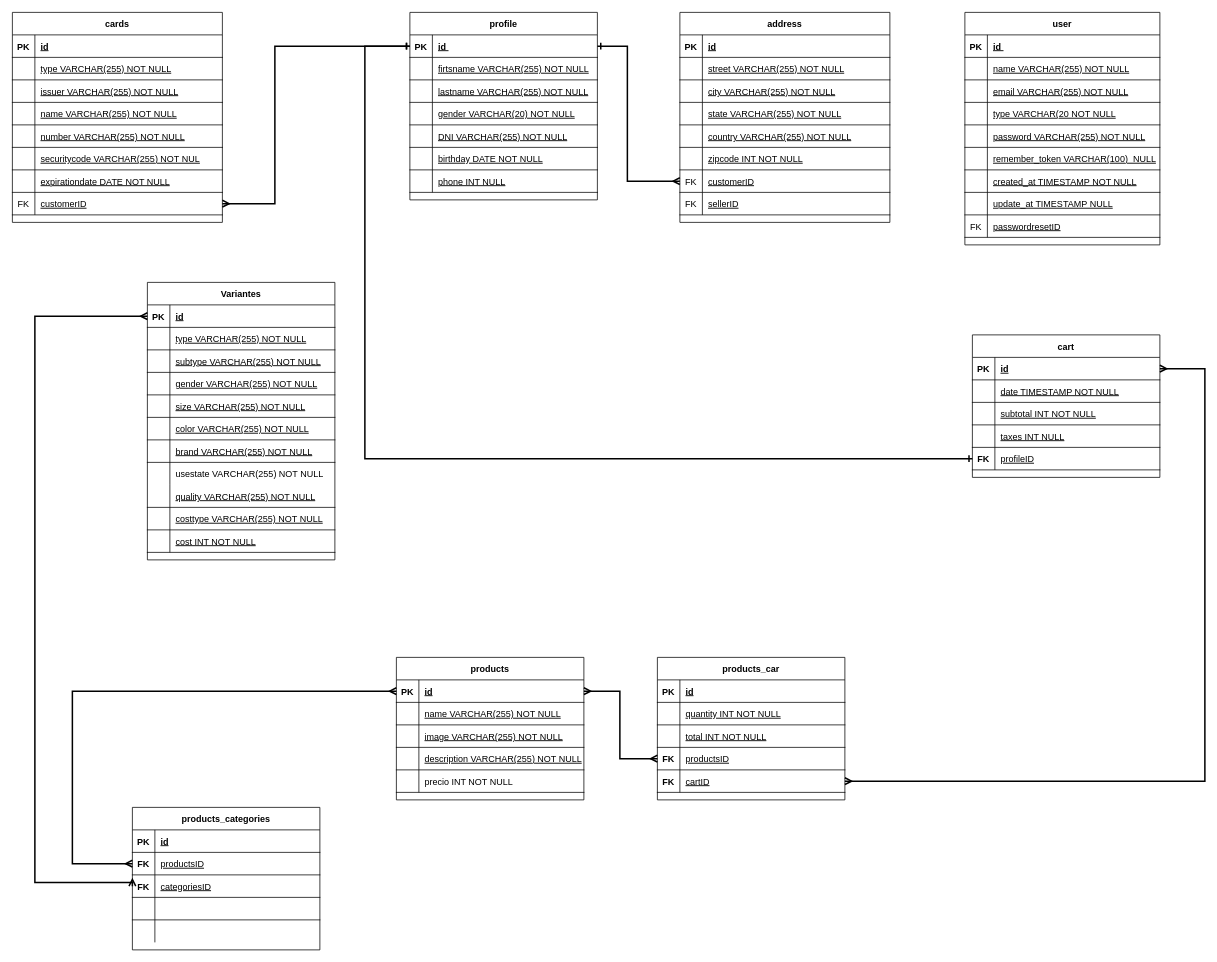
Above: Untitled Diagram.drawio in canetemauricio/equipo11 (draw.io), before the change. Source tidied: cells renumbered, new cells numbered last; positions are measured from the earlier drawing's top-left corner, leaving out a move shared by most shapes. Both pictures are drawn from the tidied source at 75%, with x=0, y=0 at pixel (12, 12).
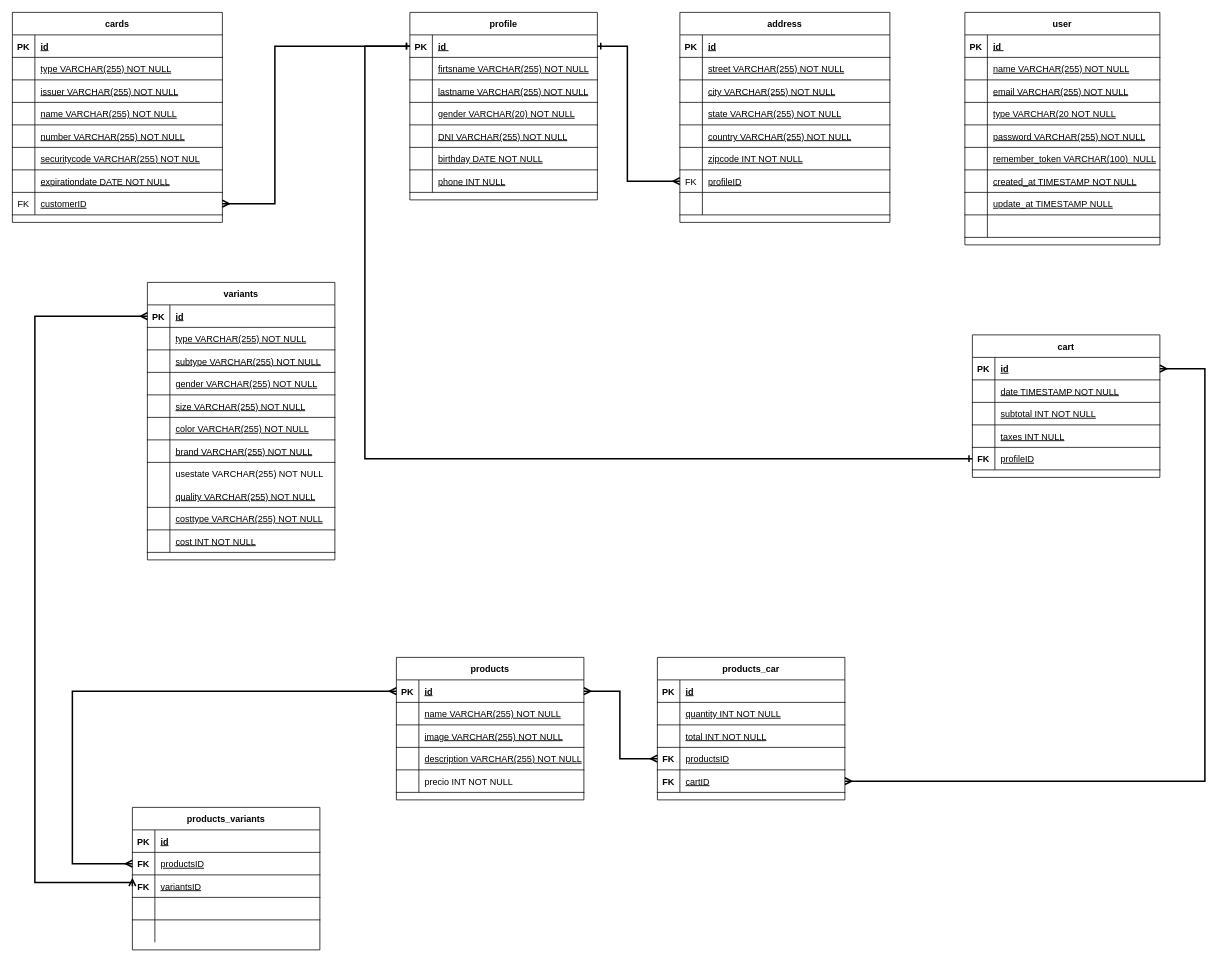
The same diagram, later.

The change refers to these unchanged cells:
```xml
<mxCell id="100" style="shape=partialRectangle;fillColor=none;points=[[0,0.5],[1,0.5]];portConstraint=eastwest;top=0;left=0;right=0;bottom=1;fontStyle=0;" parent="81" vertex="1">
  <mxGeometry y="210" width="280" height="30" as="geometry" />
</mxCell>
<mxCell id="103" style="shape=partialRectangle;fillColor=none;top=0;left=0;right=0;bottom=1;fontStyle=0;" parent="81" vertex="1">
  <mxGeometry y="240" width="280" height="30" as="geometry" />
</mxCell>
<mxCell id="136" style="shape=partialRectangle;fillColor=none;top=0;left=0;right=0;bottom=1;fontStyle=0;" parent="111" vertex="1">
  <mxGeometry y="270" width="260" height="30" as="geometry" />
</mxCell>
<mxCell id="148" style="shape=partialRectangle;fillColor=none;points=[[0,0.5],[1,0.5]];portConstraint=eastwest;top=0;left=0;right=0;bottom=1;" parent="141" vertex="1">
  <mxGeometry y="90" width="250" height="30" as="geometry" />
</mxCell>
```

What changed in the source:
```diff
@@
-    <mxCell id="102" value="customerID" style="shape=partialRectangle;overflow=hidden;fillColor=none;top=0;left=0;bottom=0;right=0;align=left;spacingLeft=6;fontStyle=4;" parent="100" vertex="1">
+    <mxCell id="102" value="profileID" style="shape=partialRectangle;overflow=hidden;fillColor=none;top=0;left=0;bottom=0;right=0;align=left;spacingLeft=6;fontStyle=4;" parent="100" vertex="1">
       <mxGeometry x="30" width="250" height="30" as="geometry" />
     </mxCell>
@@
-    <mxCell id="104" value="FK" style="shape=partialRectangle;overflow=hidden;fillColor=none;top=0;left=0;bottom=0;right=0;fontStyle=0;" parent="103" vertex="1">
+    <mxCell id="104" style="shape=partialRectangle;overflow=hidden;fillColor=none;top=0;left=0;bottom=0;right=0;fontStyle=0;" parent="103" vertex="1">
       <mxGeometry width="30" height="30" as="geometry" />
     </mxCell>
-    <mxCell id="105" value="sellerID" style="shape=partialRectangle;overflow=hidden;fillColor=none;top=0;left=0;bottom=0;right=0;align=left;spacingLeft=6;fontStyle=4;" parent="103" vertex="1">
+    <mxCell id="105" style="shape=partialRectangle;overflow=hidden;fillColor=none;top=0;left=0;bottom=0;right=0;align=left;spacingLeft=6;fontStyle=4;" parent="103" vertex="1">
       <mxGeometry x="30" width="250" height="30" as="geometry" />
     </mxCell>
@@
-    <mxCell id="137" value="FK" style="shape=partialRectangle;overflow=hidden;fillColor=none;top=0;left=0;bottom=0;right=0;fontStyle=0;" parent="136" vertex="1">
+    <mxCell id="137" style="shape=partialRectangle;overflow=hidden;fillColor=none;top=0;left=0;bottom=0;right=0;fontStyle=0;" parent="136" vertex="1">
       <mxGeometry width="30" height="30" as="geometry" />
     </mxCell>
-    <mxCell id="138" value="passwordresetID" style="shape=partialRectangle;overflow=hidden;fillColor=none;top=0;left=0;bottom=0;right=0;align=left;spacingLeft=6;fontStyle=4;" parent="136" vertex="1">
+    <mxCell id="138" style="shape=partialRectangle;overflow=hidden;fillColor=none;top=0;left=0;bottom=0;right=0;align=left;spacingLeft=6;fontStyle=4;" parent="136" vertex="1">
       <mxGeometry x="30" width="230" height="30" as="geometry" />
     </mxCell>
@@
-    <mxCell id="141" value="products_categories" style="shape=table;startSize=30;childLayout=tableLayout;rowLines=0;fontStyle=1;align=center;" parent="1" vertex="1">
+    <mxCell id="141" value="products_variants" style="shape=table;startSize=30;childLayout=tableLayout;rowLines=0;fontStyle=1;align=center;" parent="1" vertex="1">
       <mxGeometry x="160" y="1060" width="250" height="190" as="geometry" />
     </mxCell>
@@
-    <mxCell id="150" value="categoriesID" style="shape=partialRectangle;overflow=hidden;fillColor=none;top=0;left=0;bottom=0;right=0;align=left;spacingLeft=6;fontStyle=4;" parent="148" vertex="1">
+    <mxCell id="150" value="variantsID" style="shape=partialRectangle;overflow=hidden;fillColor=none;top=0;left=0;bottom=0;right=0;align=left;spacingLeft=6;fontStyle=4;" parent="148" vertex="1">
       <mxGeometry x="30" width="220" height="30" as="geometry" />
     </mxCell>
@@
-    <mxCell id="158" value="Variantes" style="shape=table;startSize=30;childLayout=tableLayout;rowLines=0;fontStyle=1;align=center;" parent="1" vertex="1">
+    <mxCell id="158" value="variants" style="shape=table;startSize=30;childLayout=tableLayout;rowLines=0;fontStyle=1;align=center;" parent="1" vertex="1">
       <mxGeometry x="180" y="360" width="250" height="370" as="geometry" />
     </mxCell>
```
